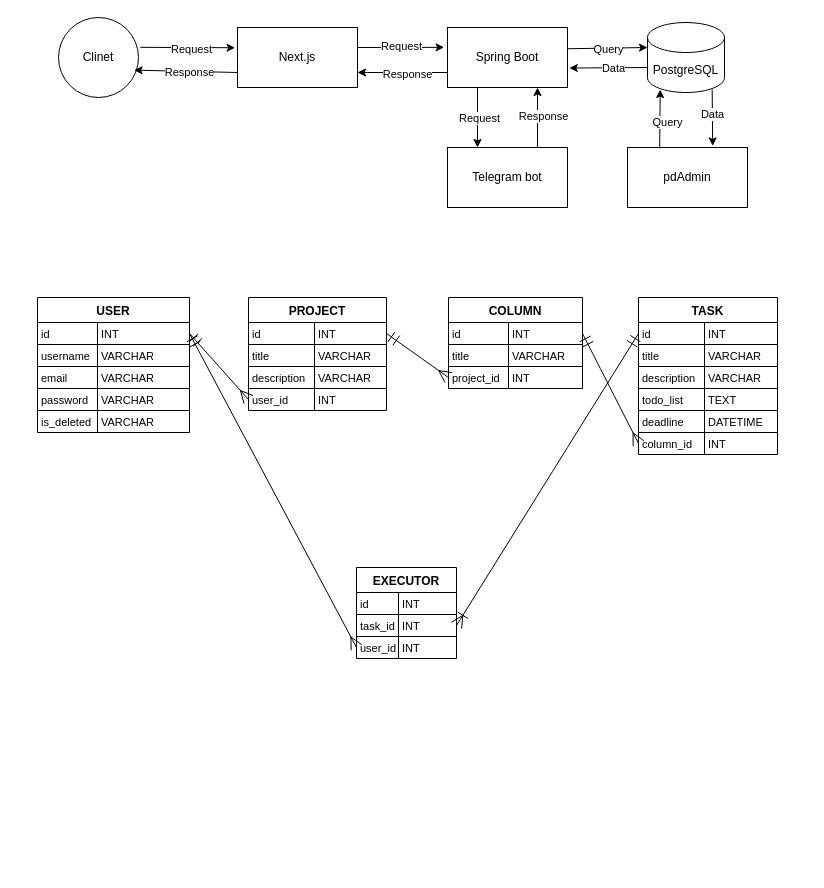
The draw.io diagram docs/diagrams.drawio in maxcore25/it-inno-hack, before the edit. Source tidied: cells renumbered, new cells numbered last; positions are measured from the earlier drawing's top-left corner, leaving out a move shared by most shapes. Both pictures are drawn from the tidied source at 100%, with x=0, y=0 at pixel (37, 17).
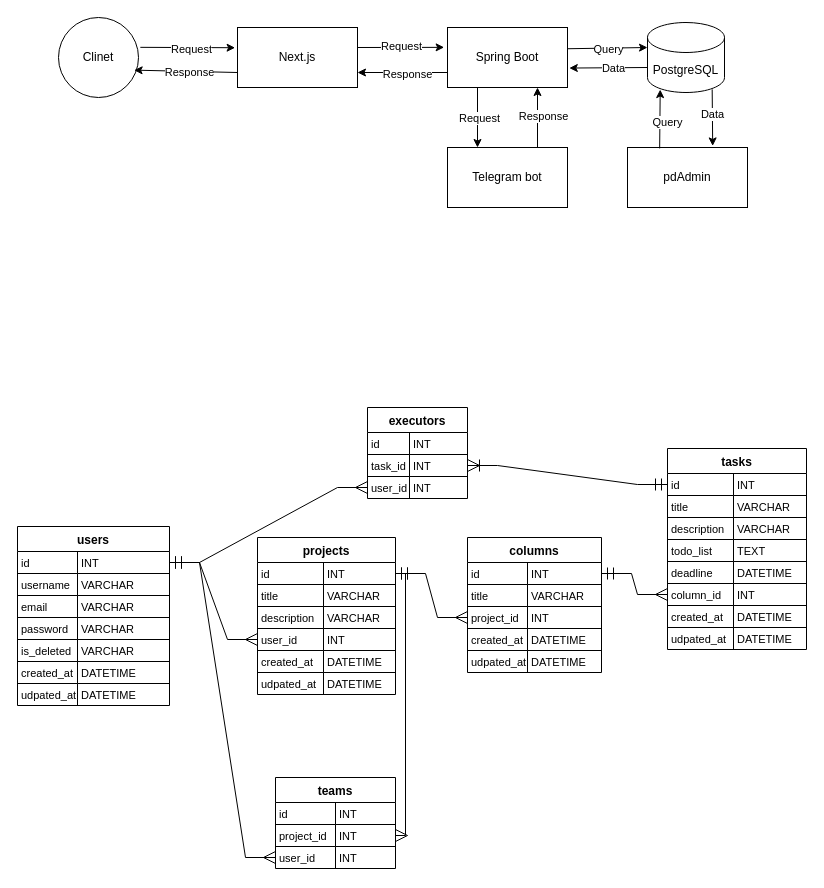
The same page after the edit.

Unchanged cells that the change refers to:
```xml
<mxCell id="24" style="shape=tableRow;horizontal=0;startSize=0;swimlaneHead=0;swimlaneBody=0;fillColor=none;points=[[0,0.5],[1,0.5]];portConstraint=eastwest;top=0;left=0;right=0;bottom=0;" parent="23" vertex="1">
  <mxGeometry y="25" width="152" height="22" as="geometry" />
</mxCell>
<mxCell id="40" style="shape=tableRow;horizontal=0;startSize=0;swimlaneHead=0;swimlaneBody=0;fillColor=none;points=[[0,0.5],[1,0.5]];portConstraint=eastwest;top=0;left=0;right=0;bottom=0;" parent="39" vertex="1">
  <mxGeometry y="25" width="138" height="22" as="geometry" />
</mxCell>
<mxCell id="49" style="shape=tableRow;horizontal=0;startSize=0;swimlaneHead=0;swimlaneBody=0;fillColor=none;points=[[0,0.5],[1,0.5]];portConstraint=eastwest;top=0;left=0;right=0;bottom=0;" parent="39" vertex="1">
  <mxGeometry y="91" width="138" height="22" as="geometry" />
</mxCell>
<mxCell id="53" style="shape=tableRow;horizontal=0;startSize=0;swimlaneHead=0;swimlaneBody=0;fillColor=none;points=[[0,0.5],[1,0.5]];portConstraint=eastwest;top=0;left=0;right=0;bottom=0;" parent="52" vertex="1">
  <mxGeometry y="25" width="134" height="22" as="geometry" />
</mxCell>
<mxCell id="59" style="shape=tableRow;horizontal=0;startSize=0;swimlaneHead=0;swimlaneBody=0;fillColor=none;points=[[0,0.5],[1,0.5]];portConstraint=eastwest;top=0;left=0;right=0;bottom=0;" parent="52" vertex="1">
  <mxGeometry y="69" width="134" height="22" as="geometry" />
</mxCell>
<mxCell id="63" style="shape=tableRow;horizontal=0;startSize=0;swimlaneHead=0;swimlaneBody=0;fillColor=none;points=[[0,0.5],[1,0.5]];portConstraint=eastwest;top=0;left=0;right=0;bottom=0;" parent="62" vertex="1">
  <mxGeometry y="25" width="139" height="22" as="geometry" />
</mxCell>
<mxCell id="78" style="shape=tableRow;horizontal=0;startSize=0;swimlaneHead=0;swimlaneBody=0;fillColor=none;points=[[0,0.5],[1,0.5]];portConstraint=eastwest;top=0;left=0;right=0;bottom=0;" parent="62" vertex="1">
  <mxGeometry y="135" width="139" height="22" as="geometry" />
</mxCell>
<mxCell id="85" style="shape=tableRow;horizontal=0;startSize=0;swimlaneHead=0;swimlaneBody=0;fillColor=none;points=[[0,0.5],[1,0.5]];portConstraint=eastwest;top=0;left=0;right=0;bottom=0;" parent="81" vertex="1">
  <mxGeometry y="47" width="100" height="22" as="geometry" />
</mxCell>
<mxCell id="88" style="shape=tableRow;horizontal=0;startSize=0;swimlaneHead=0;swimlaneBody=0;fillColor=none;points=[[0,0.5],[1,0.5]];portConstraint=eastwest;top=0;left=0;right=0;bottom=0;" parent="81" vertex="1">
  <mxGeometry y="69" width="100" height="22" as="geometry" />
</mxCell>
```

What changed in the source:
```diff
@@
-    <mxCell id="23" value="USER" style="shape=table;startSize=25;childLayout=tableLayout;rowLines=1;fontStyle=1;align=center;" parent="1" vertex="1">
-      <mxGeometry y="280" width="152" height="135" as="geometry" />
+    <mxCell id="23" value="users" style="shape=table;startSize=25;childLayout=tableLayout;rowLines=1;fontStyle=1;align=center;" parent="1" vertex="1">
+      <mxGeometry x="-20" y="509" width="152" height="179" as="geometry" />
     </mxCell>
@@
+    <mxCell id="101" style="shape=tableRow;horizontal=0;startSize=0;swimlaneHead=0;swimlaneBody=0;fillColor=none;top=0;left=0;right=0;bottom=0;" parent="23" vertex="1">
+      <mxGeometry y="135" width="152" height="22" as="geometry" />
+    </mxCell>
+    <mxCell id="102" value="created_at" style="shape=partialRectangle;fillColor=none;top=0;left=0;bottom=0;right=0;align=left;spacingLeft=2;overflow=hidden;fontSize=11;" parent="101" vertex="1">
+      <mxGeometry width="60" height="22" as="geometry" />
+    </mxCell>
+    <mxCell id="103" value="DATETIME" style="shape=partialRectangle;fillColor=none;top=0;left=0;bottom=0;right=0;align=left;spacingLeft=2;overflow=hidden;fontSize=11;" parent="101" vertex="1">
+      <mxGeometry x="60" width="92" height="22" as="geometry" />
+    </mxCell>
+    <mxCell id="104" style="shape=tableRow;horizontal=0;startSize=0;swimlaneHead=0;swimlaneBody=0;fillColor=none;top=0;left=0;right=0;bottom=0;" parent="23" vertex="1">
+      <mxGeometry y="157" width="152" height="22" as="geometry" />
+    </mxCell>
+    <mxCell id="105" value="udpated_at" style="shape=partialRectangle;fillColor=none;top=0;left=0;bottom=0;right=0;align=left;spacingLeft=2;overflow=hidden;fontSize=11;" parent="104" vertex="1">
+      <mxGeometry width="60" height="22" as="geometry" />
+    </mxCell>
+    <mxCell id="106" value="DATETIME" style="shape=partialRectangle;fillColor=none;top=0;left=0;bottom=0;right=0;align=left;spacingLeft=2;overflow=hidden;fontSize=11;" parent="104" vertex="1">
+      <mxGeometry x="60" width="92" height="22" as="geometry" />
+    </mxCell>
-    <mxCell id="39" value="PROJECT" style="shape=table;startSize=25;childLayout=tableLayout;rowLines=1;fontStyle=1;align=center;" parent="1" vertex="1">
-      <mxGeometry x="211" y="280" width="138" height="113" as="geometry" />
+    <mxCell id="39" value="projects" style="shape=table;startSize=25;childLayout=tableLayout;rowLines=1;fontStyle=1;align=center;" parent="1" vertex="1">
+      <mxGeometry x="220" y="520" width="138" height="157" as="geometry" />
     </mxCell>
@@
+    <mxCell id="107" style="shape=tableRow;horizontal=0;startSize=0;swimlaneHead=0;swimlaneBody=0;fillColor=none;top=0;left=0;right=0;bottom=0;" parent="39" vertex="1">
+      <mxGeometry y="113" width="138" height="22" as="geometry" />
+    </mxCell>
+    <mxCell id="108" value="created_at" style="shape=partialRectangle;fillColor=none;top=0;left=0;bottom=0;right=0;align=left;spacingLeft=2;overflow=hidden;fontSize=11;" parent="107" vertex="1">
+      <mxGeometry width="66" height="22" as="geometry" />
+    </mxCell>
+    <mxCell id="109" value="DATETIME" style="shape=partialRectangle;fillColor=none;top=0;left=0;bottom=0;right=0;align=left;spacingLeft=2;overflow=hidden;fontSize=11;" parent="107" vertex="1">
+      <mxGeometry x="66" width="72" height="22" as="geometry" />
+    </mxCell>
+    <mxCell id="110" style="shape=tableRow;horizontal=0;startSize=0;swimlaneHead=0;swimlaneBody=0;fillColor=none;top=0;left=0;right=0;bottom=0;" parent="39" vertex="1">
+      <mxGeometry y="135" width="138" height="22" as="geometry" />
+    </mxCell>
+    <mxCell id="111" value="udpated_at" style="shape=partialRectangle;fillColor=none;top=0;left=0;bottom=0;right=0;align=left;spacingLeft=2;overflow=hidden;fontSize=11;" parent="110" vertex="1">
+      <mxGeometry width="66" height="22" as="geometry" />
+    </mxCell>
+    <mxCell id="112" value="DATETIME" style="shape=partialRectangle;fillColor=none;top=0;left=0;bottom=0;right=0;align=left;spacingLeft=2;overflow=hidden;fontSize=11;" parent="110" vertex="1">
+      <mxGeometry x="66" width="72" height="22" as="geometry" />
+    </mxCell>
-    <mxCell id="52" value="COLUMN" style="shape=table;startSize=25;childLayout=tableLayout;rowLines=1;fontStyle=1;align=center;" parent="1" vertex="1">
-      <mxGeometry x="411" y="280" width="134" height="91" as="geometry" />
+    <mxCell id="52" value="columns" style="shape=table;startSize=25;childLayout=tableLayout;rowLines=1;fontStyle=1;align=center;" parent="1" vertex="1">
+      <mxGeometry x="430" y="520" width="134" height="135" as="geometry" />
     </mxCell>
@@
+    <mxCell id="113" style="shape=tableRow;horizontal=0;startSize=0;swimlaneHead=0;swimlaneBody=0;fillColor=none;top=0;left=0;right=0;bottom=0;" parent="52" vertex="1">
+      <mxGeometry y="91" width="134" height="22" as="geometry" />
+    </mxCell>
+    <mxCell id="114" value="created_at" style="shape=partialRectangle;fillColor=none;top=0;left=0;bottom=0;right=0;align=left;spacingLeft=2;overflow=hidden;fontSize=11;" parent="113" vertex="1">
+      <mxGeometry width="60" height="22" as="geometry" />
+    </mxCell>
+    <mxCell id="115" value="DATETIME" style="shape=partialRectangle;fillColor=none;top=0;left=0;bottom=0;right=0;align=left;spacingLeft=2;overflow=hidden;fontSize=11;" parent="113" vertex="1">
+      <mxGeometry x="60" width="74" height="22" as="geometry" />
+    </mxCell>
+    <mxCell id="116" style="shape=tableRow;horizontal=0;startSize=0;swimlaneHead=0;swimlaneBody=0;fillColor=none;top=0;left=0;right=0;bottom=0;" parent="52" vertex="1">
+      <mxGeometry y="113" width="134" height="22" as="geometry" />
+    </mxCell>
+    <mxCell id="117" value="udpated_at" style="shape=partialRectangle;fillColor=none;top=0;left=0;bottom=0;right=0;align=left;spacingLeft=2;overflow=hidden;fontSize=11;" parent="116" vertex="1">
+      <mxGeometry width="60" height="22" as="geometry" />
+    </mxCell>
+    <mxCell id="118" value="DATETIME" style="shape=partialRectangle;fillColor=none;top=0;left=0;bottom=0;right=0;align=left;spacingLeft=2;overflow=hidden;fontSize=11;" parent="116" vertex="1">
+      <mxGeometry x="60" width="74" height="22" as="geometry" />
+    </mxCell>
-    <mxCell id="62" value="TASK" style="shape=table;startSize=25;childLayout=tableLayout;rowLines=1;fontStyle=1;align=center;" parent="1" vertex="1">
-      <mxGeometry x="601" y="280" width="139" height="157" as="geometry" />
+    <mxCell id="62" value="tasks" style="shape=table;startSize=25;childLayout=tableLayout;rowLines=1;fontStyle=1;align=center;" parent="1" vertex="1">
+      <mxGeometry x="630" y="431" width="139" height="201" as="geometry" />
     </mxCell>
@@
+    <mxCell id="119" style="shape=tableRow;horizontal=0;startSize=0;swimlaneHead=0;swimlaneBody=0;fillColor=none;top=0;left=0;right=0;bottom=0;" parent="62" vertex="1">
+      <mxGeometry y="157" width="139" height="22" as="geometry" />
+    </mxCell>
+    <mxCell id="120" value="created_at" style="shape=partialRectangle;fillColor=none;top=0;left=0;bottom=0;right=0;align=left;spacingLeft=2;overflow=hidden;fontSize=11;" parent="119" vertex="1">
+      <mxGeometry width="66" height="22" as="geometry" />
+    </mxCell>
+    <mxCell id="121" value="DATETIME" style="shape=partialRectangle;fillColor=none;top=0;left=0;bottom=0;right=0;align=left;spacingLeft=2;overflow=hidden;fontSize=11;" parent="119" vertex="1">
+      <mxGeometry x="66" width="73" height="22" as="geometry" />
+    </mxCell>
+    <mxCell id="122" style="shape=tableRow;horizontal=0;startSize=0;swimlaneHead=0;swimlaneBody=0;fillColor=none;top=0;left=0;right=0;bottom=0;" parent="62" vertex="1">
+      <mxGeometry y="179" width="139" height="22" as="geometry" />
+    </mxCell>
+    <mxCell id="123" value="udpated_at" style="shape=partialRectangle;fillColor=none;top=0;left=0;bottom=0;right=0;align=left;spacingLeft=2;overflow=hidden;fontSize=11;" parent="122" vertex="1">
+      <mxGeometry width="66" height="22" as="geometry" />
+    </mxCell>
+    <mxCell id="124" value="DATETIME" style="shape=partialRectangle;fillColor=none;top=0;left=0;bottom=0;right=0;align=left;spacingLeft=2;overflow=hidden;fontSize=11;" parent="122" vertex="1">
+      <mxGeometry x="66" width="73" height="22" as="geometry" />
+    </mxCell>
-    <mxCell id="81" value="EXECUTOR" style="shape=table;startSize=25;childLayout=tableLayout;rowLines=1;fontStyle=1;align=center;" parent="1" vertex="1">
-      <mxGeometry x="319" y="550" width="100" height="91" as="geometry" />
+    <mxCell id="81" value="executors" style="shape=table;startSize=25;childLayout=tableLayout;rowLines=1;fontStyle=1;align=center;" parent="1" vertex="1">
+      <mxGeometry x="330" y="390" width="100" height="91" as="geometry" />
     </mxCell>
@@
-    <mxCell id="91" style="curved=1;startArrow=ERmandOne;startSize=10;endArrow=ERmany;endSize=10;exitX=1;exitY=0.5;entryX=0;entryY=0.5;rounded=0;exitDx=0;exitDy=0;entryDx=0;entryDy=0;" parent="1" edge="1" source="24" target="49">
+    <mxCell id="91" style="startArrow=ERmandOne;startSize=10;endArrow=ERmany;endSize=10;exitX=1;exitY=0.5;entryX=0;entryY=0.5;rounded=0;exitDx=0;exitDy=0;entryDx=0;entryDy=0;edgeStyle=entityRelationEdgeStyle;" parent="1" edge="1" source="24" target="49">
       <mxGeometry relative="1" as="geometry" />
     </mxCell>
-    <mxCell id="92" style="curved=1;startArrow=ERmandOne;startSize=10;endArrow=ERmany;endSize=10;exitX=1;exitY=0.5;entryX=0;entryY=0.5;rounded=0;entryDx=0;entryDy=0;exitDx=0;exitDy=0;" parent="1" edge="1" source="40" target="59">
+    <mxCell id="92" style="startArrow=ERmandOne;startSize=10;endArrow=ERmany;endSize=10;exitX=1;exitY=0.5;entryX=0;entryY=0.5;rounded=0;entryDx=0;entryDy=0;exitDx=0;exitDy=0;edgeStyle=entityRelationEdgeStyle;" parent="1" edge="1" source="40" target="59">
       <mxGeometry relative="1" as="geometry" />
     </mxCell>
-    <mxCell id="93" style="curved=1;startArrow=ERmandOne;startSize=10;endArrow=ERmany;endSize=10;exitX=1;exitY=0.5;entryX=0;entryY=0.5;rounded=0;exitDx=0;exitDy=0;entryDx=0;entryDy=0;" parent="1" edge="1" source="53" target="78">
+    <mxCell id="93" style="startArrow=ERmandOne;startSize=10;endArrow=ERmany;endSize=10;exitX=1;exitY=0.5;entryX=0;entryY=0.5;rounded=0;exitDx=0;exitDy=0;entryDx=0;entryDy=0;edgeStyle=entityRelationEdgeStyle;" parent="1" edge="1" source="53" target="78">
       <mxGeometry relative="1" as="geometry" />
     </mxCell>
-    <mxCell id="94" style="curved=1;startArrow=ERmandOne;startSize=10;endArrow=ERoneToMany;endSize=10;exitX=0;exitY=0.5;entryX=1;entryY=0.5;rounded=0;exitDx=0;exitDy=0;entryDx=0;entryDy=0;" parent="1" edge="1" source="63" target="85">
+    <mxCell id="94" style="startArrow=ERmandOne;startSize=10;endArrow=ERoneToMany;endSize=10;exitX=0;exitY=0.5;entryX=1;entryY=0.5;rounded=0;exitDx=0;exitDy=0;entryDx=0;entryDy=0;edgeStyle=entityRelationEdgeStyle;" parent="1" edge="1" source="63" target="85">
       <mxGeometry relative="1" as="geometry" />
     </mxCell>
-    <mxCell id="95" style="curved=1;startArrow=ERmandOne;startSize=10;endArrow=ERmany;endSize=10;exitX=1;exitY=0.5;entryX=0;entryY=0.5;rounded=0;exitDx=0;exitDy=0;entryDx=0;entryDy=0;" parent="1" edge="1" source="24" target="88">
+    <mxCell id="95" style="startArrow=ERmandOne;startSize=10;endArrow=ERmany;endSize=10;exitX=1;exitY=0.5;entryX=0;entryY=0.5;rounded=0;exitDx=0;exitDy=0;entryDx=0;entryDy=0;edgeStyle=entityRelationEdgeStyle;" parent="1" edge="1" source="24" target="88">
       <mxGeometry relative="1" as="geometry" />
     </mxCell>
@@
+    <mxCell id="125" value="teams" style="shape=table;startSize=25;childLayout=tableLayout;rowLines=1;fontStyle=1;align=center;" parent="1" vertex="1">
+      <mxGeometry x="238" y="760" width="120" height="91" as="geometry" />
+    </mxCell>
+    <mxCell id="126" style="shape=tableRow;horizontal=0;startSize=0;swimlaneHead=0;swimlaneBody=0;fillColor=none;top=0;left=0;right=0;bottom=0;" parent="125" vertex="1">
+      <mxGeometry y="25" width="120" height="22" as="geometry" />
+    </mxCell>
+    <mxCell id="127" value="id" style="shape=partialRectangle;fillColor=none;top=0;left=0;bottom=0;right=0;align=left;spacingLeft=2;overflow=hidden;fontSize=11;" parent="126" vertex="1">
+      <mxGeometry width="60" height="22" as="geometry" />
+    </mxCell>
+    <mxCell id="128" value="INT" style="shape=partialRectangle;fillColor=none;top=0;left=0;bottom=0;right=0;align=left;spacingLeft=2;overflow=hidden;fontSize=11;" parent="126" vertex="1">
+      <mxGeometry x="60" width="60" height="22" as="geometry" />
+    </mxCell>
+    <mxCell id="129" style="shape=tableRow;horizontal=0;startSize=0;swimlaneHead=0;swimlaneBody=0;fillColor=none;points=[[0,0.5],[1,0.5]];portConstraint=eastwest;top=0;left=0;right=0;bottom=0;" parent="125" vertex="1">
+      <mxGeometry y="47" width="120" height="22" as="geometry" />
+    </mxCell>
+    <mxCell id="130" value="project_id" style="shape=partialRectangle;fillColor=none;top=0;left=0;bottom=0;right=0;align=left;spacingLeft=2;overflow=hidden;fontSize=11;" parent="129" vertex="1">
+      <mxGeometry width="60" height="22" as="geometry" />
+    </mxCell>
+    <mxCell id="131" value="INT" style="shape=partialRectangle;fillColor=none;top=0;left=0;bottom=0;right=0;align=left;spacingLeft=2;overflow=hidden;fontSize=11;" parent="129" vertex="1">
+      <mxGeometry x="60" width="60" height="22" as="geometry" />
+    </mxCell>
+    <mxCell id="132" style="shape=tableRow;horizontal=0;startSize=0;swimlaneHead=0;swimlaneBody=0;fillColor=none;points=[[0,0.5],[1,0.5]];portConstraint=eastwest;top=0;left=0;right=0;bottom=0;" parent="125" vertex="1">
+      <mxGeometry y="69" width="120" height="22" as="geometry" />
+    </mxCell>
+    <mxCell id="133" value="user_id" style="shape=partialRectangle;fillColor=none;top=0;left=0;bottom=0;right=0;align=left;spacingLeft=2;overflow=hidden;fontSize=11;" parent="132" vertex="1">
+      <mxGeometry width="60" height="22" as="geometry" />
+    </mxCell>
+    <mxCell id="134" value="INT" style="shape=partialRectangle;fillColor=none;top=0;left=0;bottom=0;right=0;align=left;spacingLeft=2;overflow=hidden;fontSize=11;" parent="132" vertex="1">
+      <mxGeometry x="60" width="60" height="22" as="geometry" />
+    </mxCell>
+    <mxCell id="135" style="startArrow=ERmandOne;startSize=10;endArrow=ERmany;endSize=10;exitX=1;exitY=0.5;entryX=0;entryY=0.5;rounded=0;exitDx=0;exitDy=0;entryDx=0;entryDy=0;edgeStyle=entityRelationEdgeStyle;" parent="1" edge="1" source="24" target="132">
+      <mxGeometry relative="1" as="geometry" />
+    </mxCell>
+    <mxCell id="136" style="startArrow=ERmandOne;startSize=10;endArrow=ERmany;endSize=10;exitX=1;exitY=0.5;entryX=1;entryY=0.5;rounded=0;entryDx=0;entryDy=0;exitDx=0;exitDy=0;edgeStyle=orthogonalEdgeStyle;" parent="1" edge="1" source="40" target="129">
+      <mxGeometry relative="1" as="geometry" />
+    </mxCell>
```
